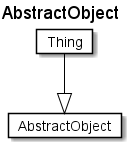
This is fragments/diagrams/AbstractObject.png from rtigran/rdf2adoc, a PlantUML export, as it was before one commit.
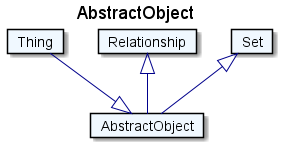
After the commit.

The edit, as a diff of the source:
```diff
@@ -1,11 +1,19 @@
 @startuml
 Title AbstractObject
 
-Card AbstractObject #fff [
+Card AbstractObject #F0F8FF [
 AbstractObject
 ]
-Card Thing #fff [
+Card Thing #F0F8FF [
 Thing
 ]
-Thing --|> AbstractObject  #000
+Thing --|> AbstractObject  #00008B
+Card Relationship #F0F8FF [
+Relationship
+]
+Relationship <|-- AbstractObject  #00008B
+Card Set #F0F8FF [
+Set
+]
+Set <|-- AbstractObject  #00008B
 @enduml
```
